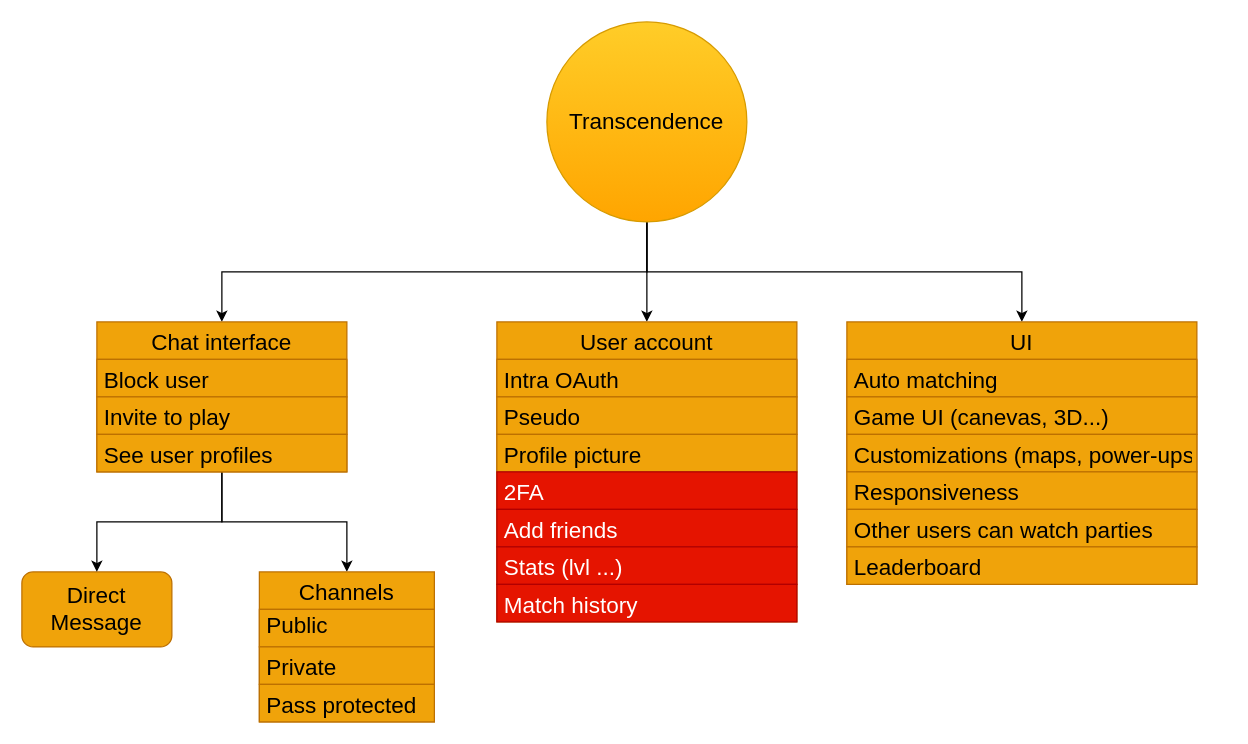
Above: docs/todo.drawio in frdescam/transcendence (draw.io), before the change. Source tidied: cells renumbered, new cells numbered last; positions are measured from the earlier drawing's top-left corner, leaving out a move shared by most shapes. Both pictures are drawn from the tidied source at 125%, with x=0, y=0 at pixel (21, 21).
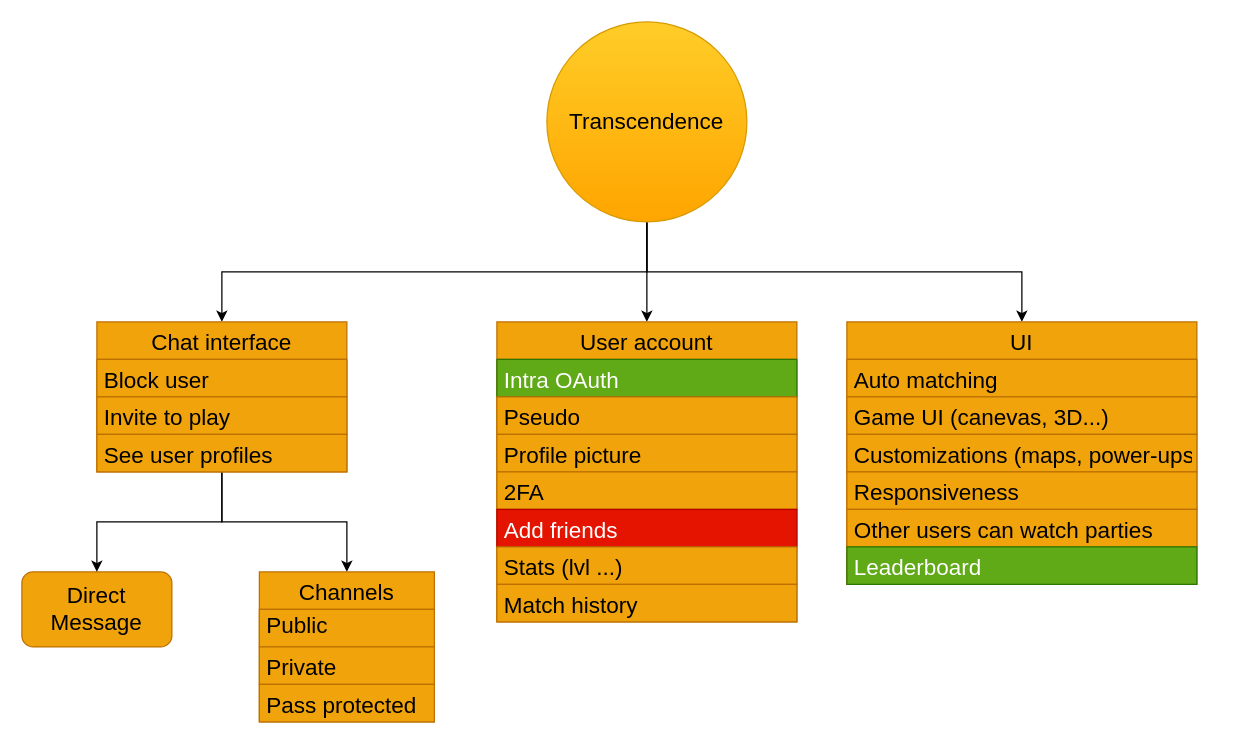
After the change.

Unchanged cells that the change refers to:
```xml
<mxCell id="17" value="User account" style="swimlane;fontStyle=0;horizontal=1;startSize=30;fontSize=18;fillColor=#f0a30a;fontColor=#000000;strokeColor=#BD7000;" parent="1" vertex="1">
  <mxGeometry x="380" y="240" width="240" height="240" as="geometry" />
</mxCell>
<mxCell id="25" value="UI" style="swimlane;fontStyle=0;horizontal=1;startSize=30;fontSize=18;fillColor=#f0a30a;fontColor=#000000;strokeColor=#BD7000;" parent="1" vertex="1">
  <mxGeometry x="660" y="240" width="280" height="210" as="geometry" />
</mxCell>
```

The edit, as a diff of the source:
```diff
@@
-    <mxCell id="18" value="Intra OAuth" style="text;strokeColor=#BD7000;fillColor=#f0a30a;align=left;verticalAlign=middle;spacingLeft=4;spacingRight=4;overflow=hidden;fontSize=18;fontColor=#000000;" parent="17" vertex="1">
+    <mxCell id="18" value="Intra OAuth" style="text;strokeColor=#2D7600;fillColor=#60a917;align=left;verticalAlign=middle;spacingLeft=4;spacingRight=4;overflow=hidden;fontSize=18;fontColor=#ffffff;" parent="17" vertex="1">
       <mxGeometry y="30" width="240" height="30" as="geometry" />
     </mxCell>
@@
-    <mxCell id="21" value="2FA" style="text;strokeColor=#B20000;fillColor=#e51400;align=left;verticalAlign=middle;spacingLeft=4;spacingRight=4;overflow=hidden;fontSize=18;fontColor=#ffffff;" parent="17" vertex="1">
+    <mxCell id="21" value="2FA" style="text;strokeColor=#BD7000;fillColor=#f0a30a;align=left;verticalAlign=middle;spacingLeft=4;spacingRight=4;overflow=hidden;fontSize=18;fontColor=#000000;" parent="17" vertex="1">
       <mxGeometry y="120" width="240" height="30" as="geometry" />
     </mxCell>
@@
-    <mxCell id="23" value="Stats (lvl ...)" style="text;strokeColor=#B20000;fillColor=#e51400;align=left;verticalAlign=middle;spacingLeft=4;spacingRight=4;overflow=hidden;fontSize=18;fontColor=#ffffff;" parent="17" vertex="1">
+    <mxCell id="23" value="Stats (lvl ...)" style="text;strokeColor=#BD7000;fillColor=#f0a30a;align=left;verticalAlign=middle;spacingLeft=4;spacingRight=4;overflow=hidden;fontSize=18;fontColor=#000000;" parent="17" vertex="1">
       <mxGeometry y="180" width="240" height="30" as="geometry" />
     </mxCell>
-    <mxCell id="24" value="Match history" style="text;strokeColor=#B20000;fillColor=#e51400;align=left;verticalAlign=middle;spacingLeft=4;spacingRight=4;overflow=hidden;fontSize=18;fontColor=#ffffff;" parent="17" vertex="1">
+    <mxCell id="24" value="Match history" style="text;strokeColor=#BD7000;fillColor=#f0a30a;align=left;verticalAlign=middle;spacingLeft=4;spacingRight=4;overflow=hidden;fontSize=18;fontColor=#000000;" parent="17" vertex="1">
       <mxGeometry y="210" width="240" height="30" as="geometry" />
     </mxCell>
@@
-    <mxCell id="31" value="Leaderboard" style="text;strokeColor=#BD7000;fillColor=#f0a30a;align=left;verticalAlign=middle;spacingLeft=4;spacingRight=4;overflow=hidden;fontSize=18;fontColor=#000000;" parent="25" vertex="1">
+    <mxCell id="31" value="Leaderboard" style="text;strokeColor=#2D7600;fillColor=#60a917;align=left;verticalAlign=middle;spacingLeft=4;spacingRight=4;overflow=hidden;fontSize=18;fontColor=#ffffff;" parent="25" vertex="1">
       <mxGeometry y="180" width="280" height="30" as="geometry" />
     </mxCell>
```
